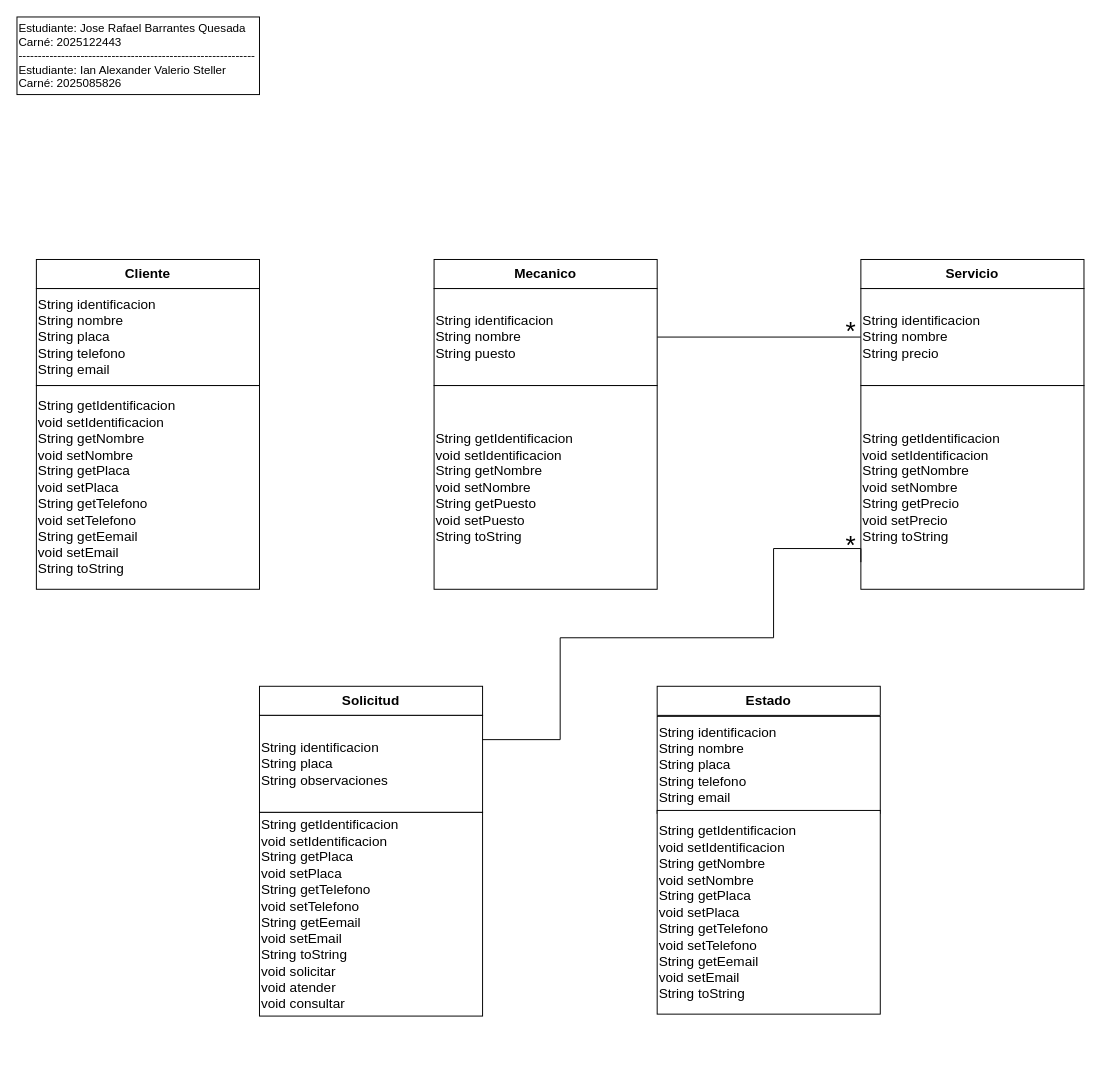
Above: Diagramas/Conceptos.drawio in RafaelBarrantes25/Proyecto-POO (draw.io), before the change. Source tidied: cells renumbered, new cells numbered last; positions are measured from the earlier drawing's top-left corner, leaving out a move shared by most shapes. Both pictures are drawn from the tidied source at 97%, with x=0, y=0 at pixel (16, 16).
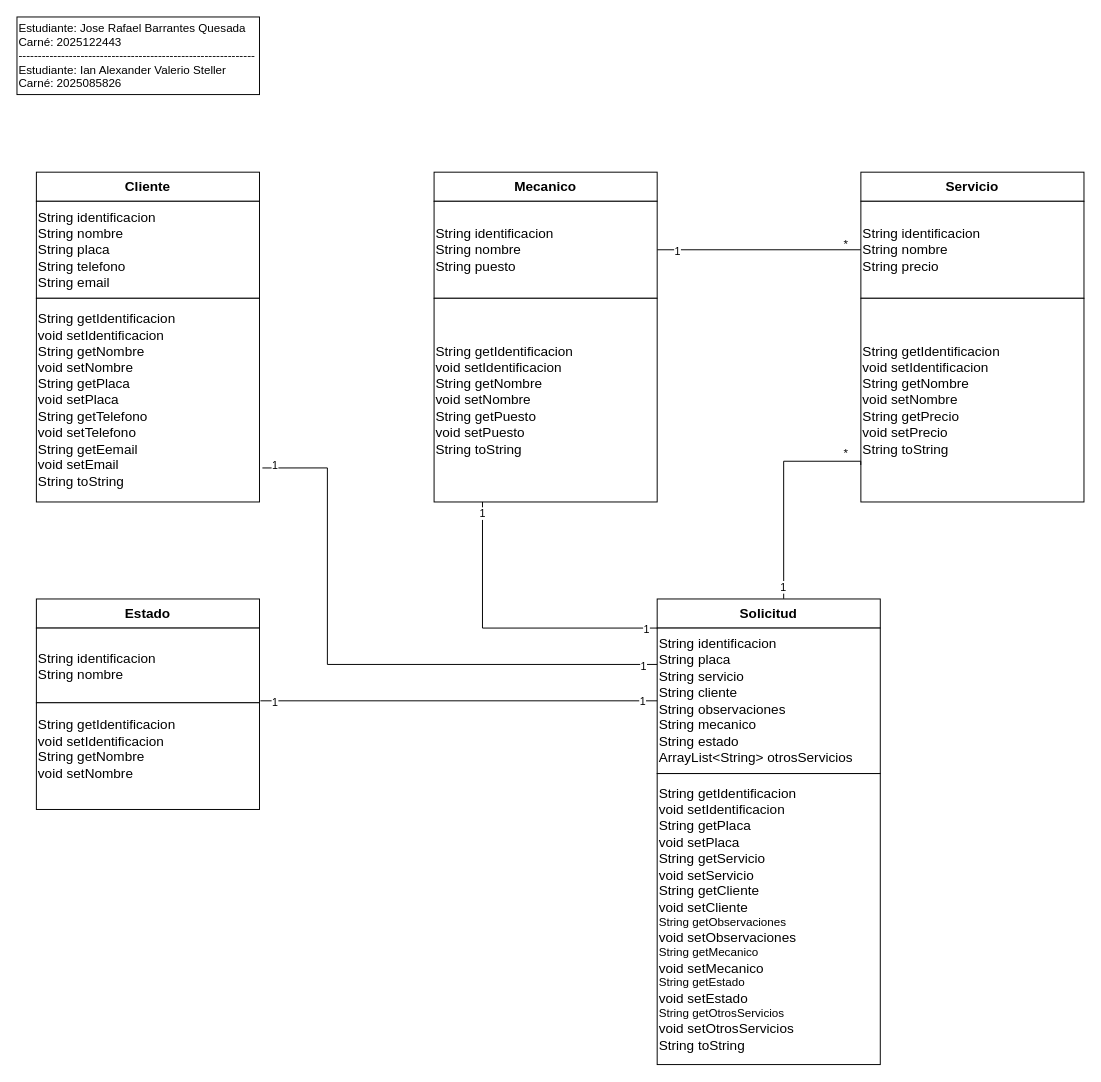
The same page after the edit.

Unchanged cells that the change refers to:
```xml
<mxCell id="6" style="edgeStyle=orthogonalEdgeStyle;rounded=0;jettySize=auto;html=1;entryX=0;entryY=0.5;entryDx=0;entryDy=0;endArrow=none;endFill=0;" parent="1" edge="1" source="7" target="10">
  <mxGeometry relative="1" as="geometry" />
</mxCell>
```

What changed in the source:
```diff
@@
     <mxCell id="2" value="&lt;font style=&quot;font-size: 14px;&quot;&gt;Cliente&lt;/font&gt;" style="rounded=0;whiteSpace=wrap;html=1;fontStyle=1;" parent="1" vertex="1">
-      <mxGeometry x="20" y="250" width="230" height="30" as="geometry" />
+      <mxGeometry x="20" y="160" width="230" height="30" as="geometry" />
     </mxCell>
     <mxCell id="3" value="&lt;div&gt;&lt;font style=&quot;font-size: 14px;&quot;&gt;String identificacion&lt;/font&gt;&lt;/div&gt;&lt;div&gt;&lt;font style=&quot;font-size: 14px;&quot;&gt;String nombre&lt;/font&gt;&lt;/div&gt;&lt;div&gt;&lt;font style=&quot;font-size: 14px;&quot;&gt;String placa&lt;/font&gt;&lt;/div&gt;&lt;div&gt;&lt;font style=&quot;font-size: 14px;&quot;&gt;String telefono&lt;/font&gt;&lt;/div&gt;&lt;div&gt;&lt;font style=&quot;font-size: 14px;&quot;&gt;String email&lt;/font&gt;&lt;/div&gt;" style="rounded=0;whiteSpace=wrap;html=1;align=left;" parent="1" vertex="1">
-      <mxGeometry x="20" y="280" width="230" height="100" as="geometry" />
+      <mxGeometry x="20" y="190" width="230" height="100" as="geometry" />
     </mxCell>
     <mxCell id="4" value="&lt;div&gt;&lt;font style=&quot;font-size: 14px;&quot;&gt;String getIdentificacion&lt;/font&gt;&lt;/div&gt;&lt;div&gt;&lt;font style=&quot;font-size: 14px;&quot;&gt;void setIdentificacion&lt;/font&gt;&lt;/div&gt;&lt;div&gt;&lt;font style=&quot;font-size: 14px;&quot;&gt;String getNombre&lt;/font&gt;&lt;/div&gt;&lt;div&gt;&lt;font style=&quot;font-size: 14px;&quot;&gt;void setNombre&lt;/font&gt;&lt;/div&gt;&lt;div&gt;&lt;font style=&quot;font-size: 14px;&quot;&gt;String getPlaca&lt;/font&gt;&lt;/div&gt;&lt;div&gt;&lt;font style=&quot;font-size: 14px;&quot;&gt;void setPlaca&lt;/font&gt;&lt;/div&gt;&lt;div&gt;&lt;font style=&quot;font-size: 14px;&quot;&gt;String getTelefono&lt;/font&gt;&lt;/div&gt;&lt;div&gt;&lt;font style=&quot;font-size: 14px;&quot;&gt;void setTelefono&lt;/font&gt;&lt;/div&gt;&lt;div&gt;&lt;font style=&quot;font-size: 14px;&quot;&gt;String getEemail&lt;/font&gt;&lt;/div&gt;&lt;div&gt;&lt;font style=&quot;font-size: 14px;&quot;&gt;void setEmail&lt;/font&gt;&lt;/div&gt;&lt;div&gt;&lt;font style=&quot;font-size: 14px;&quot;&gt;String toString&lt;/font&gt;&lt;/div&gt;" style="rounded=0;whiteSpace=wrap;html=1;align=left;" parent="1" vertex="1">
-      <mxGeometry x="20" y="380" width="230" height="210" as="geometry" />
+      <mxGeometry x="20" y="290" width="230" height="210" as="geometry" />
     </mxCell>
     <mxCell id="5" value="&lt;font style=&quot;font-size: 14px;&quot;&gt;Mecanico&lt;/font&gt;" style="rounded=0;whiteSpace=wrap;html=1;fontStyle=1;" parent="1" vertex="1">
-      <mxGeometry x="430" y="250" width="230" height="30" as="geometry" />
+      <mxGeometry x="430" y="160" width="230" height="30" as="geometry" />
     </mxCell>
@@
+    <mxCell id="22" value="1" style="edgeLabel;html=1;align=center;verticalAlign=middle;" parent="6" vertex="1">
+      <mxGeometry x="-0.81" y="-1" relative="1" as="geometry" />
+    </mxCell>
     <mxCell id="7" value="&lt;div&gt;&lt;font style=&quot;font-size: 14px;&quot;&gt;String identificacion&lt;/font&gt;&lt;/div&gt;&lt;div&gt;&lt;font style=&quot;font-size: 14px;&quot;&gt;String nombre&lt;/font&gt;&lt;/div&gt;&lt;div&gt;&lt;font style=&quot;font-size: 14px;&quot;&gt;String puesto&lt;/font&gt;&lt;/div&gt;" style="rounded=0;whiteSpace=wrap;html=1;align=left;" parent="1" vertex="1">
-      <mxGeometry x="430" y="280" width="230" height="100" as="geometry" />
+      <mxGeometry x="430" y="190" width="230" height="100" as="geometry" />
     </mxCell>
     <mxCell id="8" value="&lt;div&gt;&lt;font style=&quot;font-size: 14px;&quot;&gt;String getIdentificacion&lt;/font&gt;&lt;/div&gt;&lt;div&gt;&lt;font style=&quot;font-size: 14px;&quot;&gt;void setIdentificacion&lt;/font&gt;&lt;/div&gt;&lt;div&gt;&lt;font style=&quot;font-size: 14px;&quot;&gt;String getNombre&lt;/font&gt;&lt;/div&gt;&lt;div&gt;&lt;font style=&quot;font-size: 14px;&quot;&gt;void setNombre&lt;/font&gt;&lt;/div&gt;&lt;div&gt;&lt;font style=&quot;font-size: 14px;&quot;&gt;String getPuesto&lt;/font&gt;&lt;/div&gt;&lt;div&gt;&lt;font style=&quot;font-size: 14px;&quot;&gt;void setPuesto&lt;/font&gt;&lt;/div&gt;&lt;div&gt;&lt;font style=&quot;font-size: 14px;&quot;&gt;String toString&lt;/font&gt;&lt;/div&gt;" style="rounded=0;whiteSpace=wrap;html=1;align=left;" parent="1" vertex="1">
-      <mxGeometry x="430" y="380" width="230" height="210" as="geometry" />
+      <mxGeometry x="430" y="290" width="230" height="210" as="geometry" />
     </mxCell>
     <mxCell id="9" value="&lt;font style=&quot;font-size: 14px;&quot;&gt;Servicio&lt;/font&gt;" style="rounded=0;whiteSpace=wrap;html=1;fontStyle=1;" parent="1" vertex="1">
-      <mxGeometry x="870" y="250" width="230" height="30" as="geometry" />
+      <mxGeometry x="870" y="160" width="230" height="30" as="geometry" />
     </mxCell>
     <mxCell id="10" value="&lt;div&gt;&lt;font style=&quot;font-size: 14px;&quot;&gt;String identificacion&lt;/font&gt;&lt;/div&gt;&lt;div&gt;&lt;font style=&quot;font-size: 14px;&quot;&gt;String nombre&lt;/font&gt;&lt;/div&gt;&lt;div&gt;&lt;font style=&quot;font-size: 14px;&quot;&gt;String precio&lt;/font&gt;&lt;/div&gt;" style="rounded=0;whiteSpace=wrap;html=1;align=left;" parent="1" vertex="1">
-      <mxGeometry x="870" y="280" width="230" height="100" as="geometry" />
+      <mxGeometry x="870" y="190" width="230" height="100" as="geometry" />
     </mxCell>
     <mxCell id="11" value="&lt;div&gt;&lt;font style=&quot;font-size: 14px;&quot;&gt;String getIdentificacion&lt;/font&gt;&lt;/div&gt;&lt;div&gt;&lt;font style=&quot;font-size: 14px;&quot;&gt;void setIdentificacion&lt;/font&gt;&lt;/div&gt;&lt;div&gt;&lt;font style=&quot;font-size: 14px;&quot;&gt;String getNombre&lt;/font&gt;&lt;/div&gt;&lt;div&gt;&lt;font style=&quot;font-size: 14px;&quot;&gt;void setNombre&lt;/font&gt;&lt;/div&gt;&lt;div&gt;&lt;font style=&quot;font-size: 14px;&quot;&gt;String getPrecio&lt;/font&gt;&lt;/div&gt;&lt;div&gt;&lt;font style=&quot;font-size: 14px;&quot;&gt;void setPrecio&lt;/font&gt;&lt;/div&gt;&lt;div&gt;&lt;font style=&quot;font-size: 14px;&quot;&gt;String toString&lt;/font&gt;&lt;/div&gt;" style="rounded=0;whiteSpace=wrap;html=1;align=left;" parent="1" vertex="1">
-      <mxGeometry x="870" y="380" width="230" height="210" as="geometry" />
+      <mxGeometry x="870" y="290" width="230" height="210" as="geometry" />
     </mxCell>
-    <mxCell id="12" value="&lt;font style=&quot;font-size: 27px;&quot;&gt;*&lt;/font&gt;" style="text;html=1;whiteSpace=wrap;strokeColor=none;fillColor=none;align=center;verticalAlign=middle;rounded=0;" parent="1" vertex="1">
-      <mxGeometry x="830" y="310" width="60" height="30" as="geometry" />
+    <mxCell id="12" value="&lt;font style=&quot;font-size: 12px;&quot;&gt;*&lt;/font&gt;" style="text;html=1;whiteSpace=wrap;strokeColor=none;fillColor=none;align=center;verticalAlign=middle;rounded=0;fontSize=12;" parent="1" vertex="1">
+      <mxGeometry x="840" y="220" width="30" height="30" as="geometry" />
     </mxCell>
@@
     <mxCell id="14" value="&lt;font style=&quot;font-size: 14px;&quot;&gt;Solicitud&lt;/font&gt;" style="rounded=0;whiteSpace=wrap;html=1;fontStyle=1;" parent="1" vertex="1">
-      <mxGeometry x="250" y="690" width="230" height="30" as="geometry" />
+      <mxGeometry x="660" y="600" width="230" height="30" as="geometry" />
     </mxCell>
-    <mxCell id="15" value="&lt;div&gt;&lt;font style=&quot;font-size: 14px;&quot;&gt;String identificacion&lt;/font&gt;&lt;/div&gt;&lt;div&gt;&lt;font style=&quot;font-size: 14px;&quot;&gt;String placa&lt;/font&gt;&lt;/div&gt;&lt;div&gt;&lt;font style=&quot;font-size: 14px;&quot;&gt;String observaciones&lt;/font&gt;&lt;/div&gt;" style="rounded=0;whiteSpace=wrap;html=1;align=left;" parent="1" vertex="1">
-      <mxGeometry x="250" y="720" width="230" height="100" as="geometry" />
+    <mxCell id="15" value="&lt;div&gt;&lt;font style=&quot;font-size: 14px;&quot;&gt;String identificacion&lt;/font&gt;&lt;/div&gt;&lt;div&gt;&lt;font style=&quot;font-size: 14px;&quot;&gt;String placa&lt;/font&gt;&lt;/div&gt;&lt;div&gt;&lt;font style=&quot;font-size: 14px;&quot;&gt;String servicio&lt;/font&gt;&lt;/div&gt;&lt;div&gt;&lt;font style=&quot;font-size: 14px;&quot;&gt;String cliente&lt;/font&gt;&lt;/div&gt;&lt;div&gt;&lt;font style=&quot;font-size: 14px;&quot;&gt;String observaciones&lt;/font&gt;&lt;/div&gt;&lt;div&gt;&lt;font style=&quot;font-size: 14px;&quot;&gt;String mecanico&lt;/font&gt;&lt;/div&gt;&lt;div&gt;&lt;font style=&quot;font-size: 14px;&quot;&gt;String estado&lt;/font&gt;&lt;/div&gt;&lt;div&gt;&lt;span style=&quot;font-size: 14px;&quot;&gt;ArrayList&amp;lt;String&amp;gt; otrosServicios&lt;/span&gt;&lt;/div&gt;" style="rounded=0;whiteSpace=wrap;html=1;align=left;textDirection=ltr;" parent="1" vertex="1">
+      <mxGeometry x="660" y="630" width="230" height="150" as="geometry" />
     </mxCell>
-    <mxCell id="16" value="&lt;div&gt;&lt;font style=&quot;font-size: 14px;&quot;&gt;String getIdentificacion&lt;/font&gt;&lt;/div&gt;&lt;div&gt;&lt;font style=&quot;font-size: 14px;&quot;&gt;void setIdentificacion&lt;/font&gt;&lt;/div&gt;&lt;div&gt;&lt;span style=&quot;font-size: 14px; background-color: initial;&quot;&gt;String getPlaca&lt;/span&gt;&lt;br&gt;&lt;/div&gt;&lt;div&gt;&lt;font style=&quot;font-size: 14px;&quot;&gt;void setPlaca&lt;/font&gt;&lt;/div&gt;&lt;div&gt;&lt;font style=&quot;font-size: 14px;&quot;&gt;String getTelefono&lt;/font&gt;&lt;/div&gt;&lt;div&gt;&lt;font style=&quot;font-size: 14px;&quot;&gt;void setTelefono&lt;/font&gt;&lt;/div&gt;&lt;div&gt;&lt;font style=&quot;font-size: 14px;&quot;&gt;String getEemail&lt;/font&gt;&lt;/div&gt;&lt;div&gt;&lt;font style=&quot;font-size: 14px;&quot;&gt;void setEmail&lt;/font&gt;&lt;/div&gt;&lt;div&gt;&lt;font style=&quot;font-size: 14px;&quot;&gt;String toString&lt;/font&gt;&lt;/div&gt;&lt;div&gt;&lt;font style=&quot;font-size: 14px;&quot;&gt;void solicitar&lt;/font&gt;&lt;/div&gt;&lt;div&gt;&lt;font style=&quot;font-size: 14px;&quot;&gt;void atender&lt;/font&gt;&lt;/div&gt;&lt;div&gt;&lt;font style=&quot;font-size: 14px;&quot;&gt;void consultar&lt;/font&gt;&lt;/div&gt;" style="rounded=0;whiteSpace=wrap;html=1;align=left;" parent="1" vertex="1">
-      <mxGeometry x="250" y="820" width="230" height="210" as="geometry" />
+    <mxCell id="16" value="&lt;div&gt;&lt;font style=&quot;font-size: 14px;&quot;&gt;String getIdentificacion&lt;/font&gt;&lt;/div&gt;&lt;div&gt;&lt;font style=&quot;font-size: 14px;&quot;&gt;void setIdentificacion&lt;/font&gt;&lt;/div&gt;&lt;div&gt;&lt;span style=&quot;font-size: 14px; background-color: initial;&quot;&gt;String getPlaca&lt;/span&gt;&lt;br&gt;&lt;/div&gt;&lt;div&gt;&lt;font style=&quot;font-size: 14px;&quot;&gt;void setPlaca&lt;/font&gt;&lt;/div&gt;&lt;div&gt;&lt;font style=&quot;font-size: 14px;&quot;&gt;String getServicio&lt;/font&gt;&lt;/div&gt;&lt;div&gt;&lt;font style=&quot;font-size: 14px;&quot;&gt;void setServicio&lt;/font&gt;&lt;/div&gt;&lt;div&gt;&lt;font style=&quot;font-size: 14px;&quot;&gt;String getCliente&lt;/font&gt;&lt;/div&gt;&lt;div&gt;&lt;font style=&quot;font-size: 14px;&quot;&gt;void setCliente&lt;/font&gt;&lt;/div&gt;&lt;div&gt;&lt;div&gt;String getObservaciones&lt;br&gt;&lt;/div&gt;&lt;div&gt;&lt;font style=&quot;font-size: 14px;&quot;&gt;void setObservaciones&lt;/font&gt;&lt;/div&gt;&lt;/div&gt;&lt;div&gt;&lt;font style=&quot;font-size: 14px;&quot;&gt;&lt;div style=&quot;font-size: 12px;&quot;&gt;String getMecanico&lt;br&gt;&lt;/div&gt;&lt;div style=&quot;font-size: 12px;&quot;&gt;&lt;font style=&quot;font-size: 14px;&quot;&gt;void setMecanico&lt;/font&gt;&lt;/div&gt;&lt;div style=&quot;font-size: 12px;&quot;&gt;&lt;font style=&quot;font-size: 14px;&quot;&gt;&lt;div style=&quot;font-size: 12px;&quot;&gt;String getEstado&lt;br&gt;&lt;/div&gt;&lt;div style=&quot;font-size: 12px;&quot;&gt;&lt;font style=&quot;font-size: 14px;&quot;&gt;void setEstado&lt;/font&gt;&lt;/div&gt;&lt;/font&gt;&lt;/div&gt;&lt;div&gt;&lt;font style=&quot;font-size: 14px;&quot;&gt;&lt;div style=&quot;font-size: 12px;&quot;&gt;String getOtrosServicios&lt;br&gt;&lt;/div&gt;&lt;div style=&quot;font-size: 12px;&quot;&gt;&lt;font style=&quot;font-size: 14px;&quot;&gt;void setOtrosServicios&lt;/font&gt;&lt;/div&gt;&lt;/font&gt;&lt;/div&gt;&lt;/font&gt;&lt;/div&gt;&lt;div&gt;&lt;font style=&quot;font-size: 14px;&quot;&gt;String toString&lt;/font&gt;&lt;/div&gt;" style="rounded=0;whiteSpace=wrap;html=1;align=left;textDirection=ltr;" parent="1" vertex="1">
+      <mxGeometry x="660" y="780" width="230" height="300" as="geometry" />
     </mxCell>
     <mxCell id="17" value="&lt;font style=&quot;font-size: 14px;&quot;&gt;Estado&lt;/font&gt;" style="rounded=0;whiteSpace=wrap;html=1;fontStyle=1;" parent="1" vertex="1">
-      <mxGeometry x="660" y="690" width="230" height="30" as="geometry" />
+      <mxGeometry x="20" y="600" width="230" height="30" as="geometry" />
     </mxCell>
-    <mxCell id="18" value="&lt;div&gt;&lt;font style=&quot;font-size: 14px;&quot;&gt;String identificacion&lt;/font&gt;&lt;/div&gt;&lt;div&gt;&lt;font style=&quot;font-size: 14px;&quot;&gt;String nombre&lt;/font&gt;&lt;/div&gt;&lt;div&gt;&lt;font style=&quot;font-size: 14px;&quot;&gt;String placa&lt;/font&gt;&lt;/div&gt;&lt;div&gt;&lt;font style=&quot;font-size: 14px;&quot;&gt;String telefono&lt;/font&gt;&lt;/div&gt;&lt;div&gt;&lt;font style=&quot;font-size: 14px;&quot;&gt;String email&lt;/font&gt;&lt;/div&gt;" style="rounded=0;whiteSpace=wrap;html=1;align=left;" parent="1" vertex="1">
-      <mxGeometry x="660" y="721" width="230" height="100" as="geometry" />
+    <mxCell id="18" value="&lt;div&gt;&lt;font style=&quot;font-size: 14px;&quot;&gt;String identificacion&lt;/font&gt;&lt;/div&gt;&lt;div&gt;&lt;font style=&quot;font-size: 14px;&quot;&gt;String nombre&lt;/font&gt;&lt;/div&gt;" style="rounded=0;whiteSpace=wrap;html=1;align=left;" parent="1" vertex="1">
+      <mxGeometry x="20" y="630" width="230" height="77" as="geometry" />
     </mxCell>
-    <mxCell id="19" value="&lt;div&gt;&lt;font style=&quot;font-size: 14px;&quot;&gt;String getIdentificacion&lt;/font&gt;&lt;/div&gt;&lt;div&gt;&lt;font style=&quot;font-size: 14px;&quot;&gt;void setIdentificacion&lt;/font&gt;&lt;/div&gt;&lt;div&gt;&lt;font style=&quot;font-size: 14px;&quot;&gt;String getNombre&lt;/font&gt;&lt;/div&gt;&lt;div&gt;&lt;font style=&quot;font-size: 14px;&quot;&gt;void setNombre&lt;/font&gt;&lt;/div&gt;&lt;div&gt;&lt;font style=&quot;font-size: 14px;&quot;&gt;String getPlaca&lt;/font&gt;&lt;/div&gt;&lt;div&gt;&lt;font style=&quot;font-size: 14px;&quot;&gt;void setPlaca&lt;/font&gt;&lt;/div&gt;&lt;div&gt;&lt;font style=&quot;font-size: 14px;&quot;&gt;String getTelefono&lt;/font&gt;&lt;/div&gt;&lt;div&gt;&lt;font style=&quot;font-size: 14px;&quot;&gt;void setTelefono&lt;/font&gt;&lt;/div&gt;&lt;div&gt;&lt;font style=&quot;font-size: 14px;&quot;&gt;String getEemail&lt;/font&gt;&lt;/div&gt;&lt;div&gt;&lt;font style=&quot;font-size: 14px;&quot;&gt;void setEmail&lt;/font&gt;&lt;/div&gt;&lt;div&gt;&lt;font style=&quot;font-size: 14px;&quot;&gt;String toString&lt;/font&gt;&lt;/div&gt;" style="rounded=0;whiteSpace=wrap;html=1;align=left;" parent="1" vertex="1">
-      <mxGeometry x="660" y="818" width="230" height="210" as="geometry" />
+    <mxCell id="19" value="&lt;div&gt;&lt;font style=&quot;font-size: 14px;&quot;&gt;String getIdentificacion&lt;/font&gt;&lt;/div&gt;&lt;div&gt;&lt;font style=&quot;font-size: 14px;&quot;&gt;void setIdentificacion&lt;/font&gt;&lt;/div&gt;&lt;div&gt;&lt;font style=&quot;font-size: 14px;&quot;&gt;String getNombre&lt;/font&gt;&lt;/div&gt;&lt;div&gt;&lt;font style=&quot;font-size: 14px;&quot;&gt;void setNombre&lt;/font&gt;&lt;/div&gt;&lt;div&gt;&lt;br&gt;&lt;/div&gt;" style="rounded=0;whiteSpace=wrap;html=1;align=left;" parent="1" vertex="1">
+      <mxGeometry x="20" y="707" width="230" height="110" as="geometry" />
     </mxCell>
-    <mxCell id="20" style="edgeStyle=orthogonalEdgeStyle;rounded=0;jettySize=auto;html=1;exitX=0;exitY=0.867;exitDx=0;exitDy=0;exitPerimeter=0;endArrow=none;endFill=0;" parent="1" edge="1" source="11">
+    <mxCell id="20" style="edgeStyle=orthogonalEdgeStyle;rounded=0;jettySize=auto;html=1;endArrow=none;endFill=0;entryX=0.567;entryY=-0.006;entryDx=0;entryDy=0;entryPerimeter=0;exitX=0.996;exitY=1.093;exitDx=0;exitDy=0;exitPerimeter=0;" parent="1" edge="1" source="21" target="14">
       <mxGeometry relative="1" as="geometry">
-        <mxPoint x="480" y="745" as="targetPoint" />
         <Array as="points">
-          <mxPoint x="870" y="548" />
-          <mxPoint x="780" y="548" />
-          <mxPoint x="780" y="640" />
-          <mxPoint x="560" y="640" />
-          <mxPoint x="560" y="745" />
+          <mxPoint x="870" y="458" />
+          <mxPoint x="790" y="458" />
         </Array>
       </mxGeometry>
     </mxCell>
+    <mxCell id="23" value="1" style="edgeLabel;html=1;align=center;verticalAlign=middle;" parent="20" vertex="1">
+      <mxGeometry x="0.89" y="-1" relative="1" as="geometry" />
+    </mxCell>
-    <mxCell id="21" value="&lt;font style=&quot;font-size: 27px;&quot;&gt;*&lt;/font&gt;" style="text;html=1;whiteSpace=wrap;strokeColor=none;fillColor=none;align=center;verticalAlign=middle;rounded=0;" parent="1" vertex="1">
-      <mxGeometry x="830" y="530" width="60" height="30" as="geometry" />
+    <mxCell id="21" value="&lt;font style=&quot;font-size: 12px;&quot;&gt;*&lt;/font&gt;" style="text;html=1;whiteSpace=wrap;strokeColor=none;fillColor=none;align=center;verticalAlign=middle;rounded=0;fontSize=12;" parent="1" vertex="1">
+      <mxGeometry x="840" y="440" width="30" height="20" as="geometry" />
     </mxCell>
+    <mxCell id="24" style="edgeStyle=orthogonalEdgeStyle;rounded=0;jettySize=auto;html=1;endArrow=none;endFill=0;" parent="1" edge="1" source="15">
+      <mxGeometry relative="1" as="geometry">
+        <mxPoint x="251" y="705" as="targetPoint" />
+        <Array as="points">
+          <mxPoint x="251" y="705" />
+        </Array>
+      </mxGeometry>
+    </mxCell>
+    <mxCell id="25" value="1" style="edgeLabel;html=1;align=center;verticalAlign=middle;" parent="24" vertex="1">
+      <mxGeometry x="0.93" y="1" relative="1" as="geometry" />
+    </mxCell>
+    <mxCell id="26" value="1" style="edgeLabel;html=1;align=center;verticalAlign=middle;" parent="24" vertex="1">
+      <mxGeometry x="-0.92" relative="1" as="geometry" />
+    </mxCell>
+    <mxCell id="27" style="edgeStyle=orthogonalEdgeStyle;rounded=0;jettySize=auto;html=1;exitX=0;exitY=0.25;exitDx=0;exitDy=0;entryX=1.013;entryY=0.833;entryDx=0;entryDy=0;entryPerimeter=0;endArrow=none;endFill=0;" parent="1" edge="1" source="15" target="4">
+      <mxGeometry relative="1" as="geometry">
+        <Array as="points">
+          <mxPoint x="320" y="668" />
+          <mxPoint x="320" y="465" />
+        </Array>
+      </mxGeometry>
+    </mxCell>
+    <mxCell id="28" value="1" style="edgeLabel;html=1;align=center;verticalAlign=middle;" parent="27" vertex="1">
+      <mxGeometry x="0.96" y="-2" relative="1" as="geometry" />
+    </mxCell>
+    <mxCell id="29" value="1" style="edgeLabel;html=1;align=center;verticalAlign=middle;" parent="27" vertex="1">
+      <mxGeometry x="-0.95" y="2" relative="1" as="geometry" />
+    </mxCell>
+    <mxCell id="30" style="edgeStyle=orthogonalEdgeStyle;rounded=0;jettySize=auto;html=1;exitX=0;exitY=0;exitDx=0;exitDy=0;entryX=0.217;entryY=1;entryDx=0;entryDy=0;entryPerimeter=0;endArrow=none;endFill=0;" parent="1" edge="1" source="15" target="8">
+      <mxGeometry relative="1" as="geometry">
+        <Array as="points">
+          <mxPoint x="480" y="630" />
+        </Array>
+      </mxGeometry>
+    </mxCell>
+    <mxCell id="31" value="1" style="edgeLabel;html=1;align=center;verticalAlign=middle;" parent="30" vertex="1">
+      <mxGeometry x="0.93" relative="1" as="geometry" />
+    </mxCell>
+    <mxCell id="32" value="1" style="edgeLabel;html=1;align=center;verticalAlign=middle;" parent="30" vertex="1">
+      <mxGeometry x="-0.92" y="1" relative="1" as="geometry" />
+    </mxCell>
```
